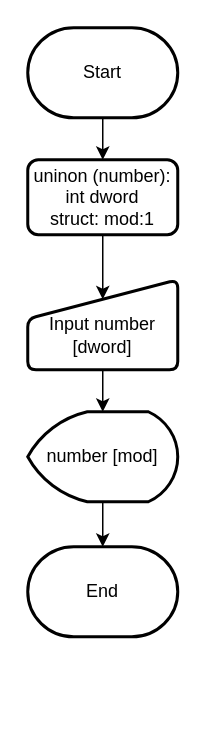
This is page "1_1" (1 of 2) of Semester_2/LAB1/LAB1.drawio from heycarl/BSUIR_OAIP, a draw.io file, before an edit. Source tidied: cells renumbered, new cells numbered last; positions are measured from the earlier drawing's top-left corner, leaving out a move shared by most shapes. Both pictures are drawn from the tidied source at 150%, with x=0, y=0 at pixel (27, 27).
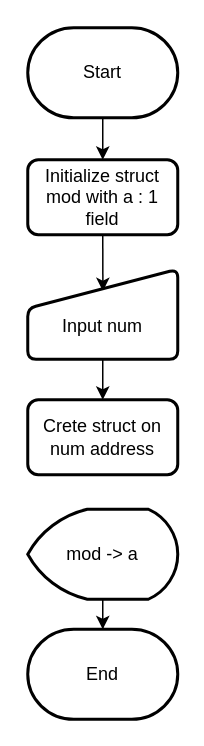
Above is the later version.

What changed in the source:
```diff
@@
 <mxGraphModel>
   <root>
     <mxCell id="0" />
     <mxCell id="1" parent="0" />
     <mxCell id="2" style="edgeStyle=orthogonalEdgeStyle;rounded=0;jettySize=auto;html=1;entryX=0.5;entryY=0;entryDx=0;entryDy=0;strokeWidth=1;" parent="1" edge="1" source="3" target="5">
       <mxGeometry relative="1" as="geometry" />
     </mxCell>
     <mxCell id="3" value="Start" style="strokeWidth=2;html=1;shape=mxgraph.flowchart.terminator;whiteSpace=wrap;" parent="1" vertex="1">
       <mxGeometry width="100" height="60" as="geometry" />
     </mxCell>
-    <mxCell id="4" style="edgeStyle=orthogonalEdgeStyle;rounded=0;jettySize=auto;html=1;entryX=0.5;entryY=0.3;entryDx=0;entryDy=0;entryPerimeter=0;exitX=0.5;exitY=1;exitDx=0;exitDy=0;" parent="1" edge="1" source="5">
-      <mxGeometry relative="1" as="geometry">
-        <mxPoint x="50" y="181" as="targetPoint" />
-      </mxGeometry>
+    <mxCell id="4" style="edgeStyle=orthogonalEdgeStyle;rounded=0;jettySize=auto;html=1;entryX=0.501;entryY=0.244;entryDx=0;entryDy=0;entryPerimeter=0;exitX=0.5;exitY=1;exitDx=0;exitDy=0;" parent="1" edge="1" source="5" target="7">
+      <mxGeometry relative="1" as="geometry" />
     </mxCell>
-    <mxCell id="5" value="uninon (number):&lt;br&gt;int dword&lt;br&gt;struct: mod:1" style="rounded=1;whiteSpace=wrap;html=1;absoluteArcSize=1;arcSize=14;strokeWidth=2;" parent="1" vertex="1">
+    <mxCell id="5" value="Initialize struct mod with a : 1 field" style="rounded=1;whiteSpace=wrap;html=1;absoluteArcSize=1;arcSize=14;strokeWidth=2;" parent="1" vertex="1">
       <mxGeometry y="88" width="100" height="50" as="geometry" />
     </mxCell>
-    <mxCell id="6" style="edgeStyle=orthogonalEdgeStyle;rounded=0;jettySize=auto;html=1;" parent="1" edge="1" source="7" target="9">
+    <mxCell id="6" style="edgeStyle=orthogonalEdgeStyle;rounded=0;jettySize=auto;html=1;entryX=0.5;entryY=0;entryDx=0;entryDy=0;" parent="1" edge="1" source="7" target="13">
       <mxGeometry relative="1" as="geometry" />
     </mxCell>
-    <mxCell id="7" value="&lt;br&gt;Input number&lt;br&gt;[dword]" style="html=1;strokeWidth=2;shape=manualInput;whiteSpace=wrap;rounded=1;size=26;arcSize=11;" parent="1" vertex="1">
-      <mxGeometry y="168" width="100" height="60" as="geometry" />
+    <mxCell id="7" value="&lt;br&gt;Input num" style="html=1;strokeWidth=2;shape=manualInput;whiteSpace=wrap;rounded=1;size=26;arcSize=11;" parent="1" vertex="1">
+      <mxGeometry y="161" width="100" height="60" as="geometry" />
     </mxCell>
-    <mxCell id="8" style="edgeStyle=orthogonalEdgeStyle;rounded=0;jettySize=auto;html=1;entryX=0.5;entryY=0;entryDx=0;entryDy=0;entryPerimeter=0;strokeWidth=1;" parent="1" edge="1" source="9" target="10">
-      <mxGeometry relative="1" as="geometry" />
+    <mxCell id="8" style="edgeStyle=orthogonalEdgeStyle;rounded=0;orthogonalLoop=1;jettySize=auto;html=1;entryX=0.5;entryY=0;entryDx=0;entryDy=0;entryPerimeter=0;strokeWidth=1;" parent="1" edge="1">
+      <mxGeometry relative="1" as="geometry">
+        <mxPoint x="50" y="316" as="sourcePoint" />
+      </mxGeometry>
     </mxCell>
-    <mxCell id="9" value="&lt;span&gt;number [mod]&lt;/span&gt;" style="strokeWidth=2;html=1;shape=mxgraph.flowchart.display;whiteSpace=wrap;" parent="1" vertex="1">
-      <mxGeometry y="256" width="100" height="60" as="geometry" />
-    </mxCell>
+    <mxCell id="11" style="edgeStyle=orthogonalEdgeStyle;rounded=0;jettySize=auto;html=1;entryX=0.5;entryY=0;entryDx=0;entryDy=0;entryPerimeter=0;" parent="1" edge="1" source="12" target="10">
+      <mxGeometry relative="1" as="geometry" />
+    </mxCell>
+    <mxCell id="12" value="&lt;span&gt;mod -&amp;gt; a&lt;/span&gt;" style="strokeWidth=2;html=1;shape=mxgraph.flowchart.display;whiteSpace=wrap;" parent="1" vertex="1">
+      <mxGeometry y="321" width="100" height="60" as="geometry" />
+    </mxCell>
     <mxCell id="10" value="End" style="strokeWidth=2;html=1;shape=mxgraph.flowchart.terminator;whiteSpace=wrap;" parent="1" vertex="1">
-      <mxGeometry y="346" width="100" height="60" as="geometry" />
+      <mxGeometry y="401" width="100" height="60" as="geometry" />
     </mxCell>
+    <mxCell id="13" value="Crete struct on num address" style="rounded=1;whiteSpace=wrap;html=1;absoluteArcSize=1;arcSize=14;strokeWidth=2;" parent="1" vertex="1">
+      <mxGeometry y="248" width="100" height="50" as="geometry" />
+    </mxCell>
   </root>
 </mxGraphModel>
```
